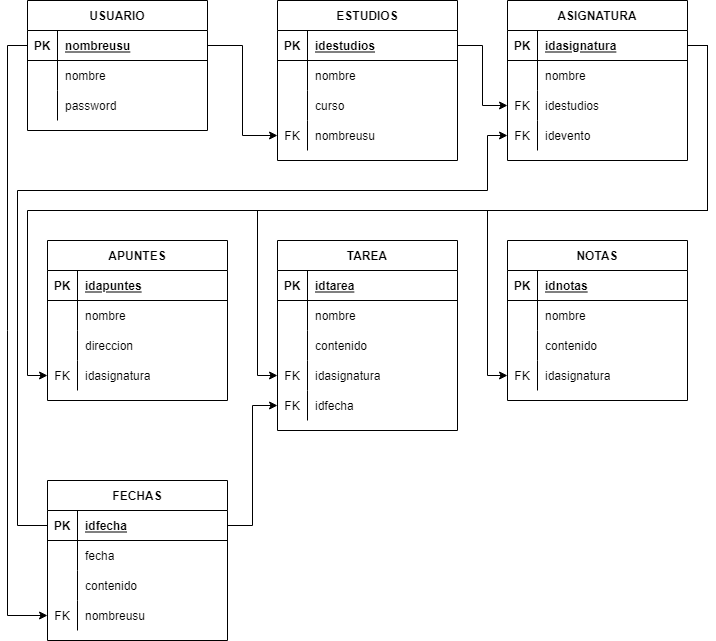
Above: modeloUnivdule/modeloUnivdule.png in Alex13070/univdule (draw.io), before the change. Source tidied: cells renumbered, new cells last; positions are measured from the earlier drawing's top-left corner, leaving out a move shared by most shapes.
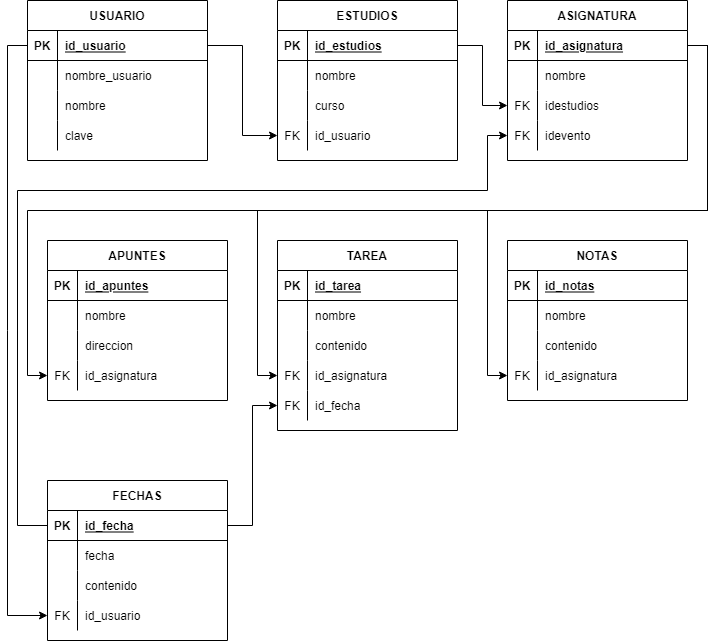
Above is the later version.

Commit message:
creacion de las Data Class Apuntes.kt, Asignatura.kt, Estudios.kt y actualizacion del modelo relacional.

What changed in the source:
```diff
@@ -3,7 +3,7 @@
     <mxCell id="0" />
     <mxCell id="1" parent="0" />
     <mxCell id="2" value="USUARIO" style="shape=table;startSize=30;rowLines=0;fontStyle=1;align=center;" parent="1" vertex="1">
-      <mxGeometry x="20" width="180" height="130" as="geometry" />
+      <mxGeometry x="20" width="180" height="160" as="geometry" />
     </mxCell>
     <mxCell id="3" style="shape=tableRow;horizontal=0;startSize=0;swimlaneHead=0;swimlaneBody=0;fillColor=none;points=[[0,0.5],[1,0.5]];portConstraint=eastwest;top=0;left=0;right=0;bottom=1;" parent="2" vertex="1">
       <mxGeometry y="30" width="180" height="30" as="geometry" />
@@ -11,11 +11,20 @@
     <mxCell id="4" value="PK" style="shape=partialRectangle;fillColor=none;top=0;left=0;bottom=0;right=0;fontStyle=1;overflow=hidden;" parent="3" vertex="1">
       <mxGeometry width="30" height="30" as="geometry" />
     </mxCell>
-    <mxCell id="5" value="nombreusu" style="shape=partialRectangle;fillColor=none;top=0;left=0;bottom=0;right=0;align=left;spacingLeft=6;fontStyle=5;overflow=hidden;" parent="3" vertex="1">
+    <mxCell id="5" value="id_usuario" style="shape=partialRectangle;fillColor=none;top=0;left=0;bottom=0;right=0;align=left;spacingLeft=6;fontStyle=5;overflow=hidden;" parent="3" vertex="1">
       <mxGeometry x="30" width="150" height="30" as="geometry" />
     </mxCell>
+    <mxCell id="101" style="shape=tableRow;horizontal=0;startSize=0;swimlaneHead=0;swimlaneBody=0;fillColor=none;top=0;left=0;right=0;bottom=0;" parent="2" vertex="1">
+      <mxGeometry y="60" width="180" height="30" as="geometry" />
+    </mxCell>
+    <mxCell id="102" style="shape=partialRectangle;fillColor=none;top=0;left=0;bottom=0;right=0;overflow=hidden;" parent="101" vertex="1">
+      <mxGeometry width="30" height="30" as="geometry" />
+    </mxCell>
+    <mxCell id="103" value="nombre_usuario" style="shape=partialRectangle;fillColor=none;top=0;left=0;bottom=0;right=0;align=left;spacingLeft=6;overflow=hidden;" parent="101" vertex="1">
+      <mxGeometry x="30" width="150" height="30" as="geometry" />
+    </mxCell>
     <mxCell id="6" style="shape=tableRow;horizontal=0;startSize=0;swimlaneHead=0;swimlaneBody=0;fillColor=none;top=0;left=0;right=0;bottom=0;" parent="2" vertex="1">
-      <mxGeometry y="60" width="180" height="30" as="geometry" />
+      <mxGeometry y="90" width="180" height="30" as="geometry" />
     </mxCell>
     <mxCell id="7" style="shape=partialRectangle;fillColor=none;top=0;left=0;bottom=0;right=0;overflow=hidden;" parent="6" vertex="1">
       <mxGeometry width="30" height="30" as="geometry" />
@@ -24,12 +33,12 @@
       <mxGeometry x="30" width="150" height="30" as="geometry" />
     </mxCell>
     <mxCell id="9" style="shape=tableRow;horizontal=0;startSize=0;swimlaneHead=0;swimlaneBody=0;fillColor=none;top=0;left=0;right=0;bottom=0;" parent="2" vertex="1">
-      <mxGeometry y="90" width="180" height="30" as="geometry" />
+      <mxGeometry y="120" width="180" height="30" as="geometry" />
     </mxCell>
     <mxCell id="10" style="shape=partialRectangle;fillColor=none;top=0;left=0;bottom=0;right=0;overflow=hidden;" parent="9" vertex="1">
       <mxGeometry width="30" height="30" as="geometry" />
     </mxCell>
-    <mxCell id="11" value="password" style="shape=partialRectangle;fillColor=none;top=0;left=0;bottom=0;right=0;align=left;spacingLeft=6;overflow=hidden;" parent="9" vertex="1">
+    <mxCell id="11" value="clave" style="shape=partialRectangle;fillColor=none;top=0;left=0;bottom=0;right=0;align=left;spacingLeft=6;overflow=hidden;" parent="9" vertex="1">
       <mxGeometry x="30" width="150" height="30" as="geometry" />
     </mxCell>
     <mxCell id="12" value="ESTUDIOS" style="shape=table;startSize=30;rowLines=0;fontStyle=1;align=center;" parent="1" vertex="1">
@@ -41,7 +50,7 @@
     <mxCell id="14" value="PK" style="shape=partialRectangle;fillColor=none;top=0;left=0;bottom=0;right=0;fontStyle=1;overflow=hidden;" parent="13" vertex="1">
       <mxGeometry width="30" height="30" as="geometry" />
     </mxCell>
-    <mxCell id="15" value="idestudios" style="shape=partialRectangle;fillColor=none;top=0;left=0;bottom=0;right=0;align=left;spacingLeft=6;fontStyle=5;overflow=hidden;" parent="13" vertex="1">
+    <mxCell id="15" value="id_estudios" style="shape=partialRectangle;fillColor=none;top=0;left=0;bottom=0;right=0;align=left;spacingLeft=6;fontStyle=5;overflow=hidden;" parent="13" vertex="1">
       <mxGeometry x="30" width="150" height="30" as="geometry" />
     </mxCell>
     <mxCell id="16" style="shape=tableRow;horizontal=0;startSize=0;swimlaneHead=0;swimlaneBody=0;fillColor=none;top=0;left=0;right=0;bottom=0;" parent="12" vertex="1">
@@ -68,7 +77,7 @@
     <mxCell id="23" value="FK" style="shape=partialRectangle;fillColor=none;top=0;left=0;bottom=0;right=0;fontStyle=0;overflow=hidden;" parent="22" vertex="1">
       <mxGeometry width="30" height="30" as="geometry" />
     </mxCell>
-    <mxCell id="24" value="nombreusu" style="shape=partialRectangle;fillColor=none;top=0;left=0;bottom=0;right=0;align=left;spacingLeft=6;fontStyle=0;overflow=hidden;" parent="22" vertex="1">
+    <mxCell id="24" value="id_usuario" style="shape=partialRectangle;fillColor=none;top=0;left=0;bottom=0;right=0;align=left;spacingLeft=6;fontStyle=0;overflow=hidden;" parent="22" vertex="1">
       <mxGeometry x="30" width="150" height="30" as="geometry" />
     </mxCell>
     <mxCell id="25" value="ASIGNATURA" style="shape=table;startSize=30;rowLines=0;fontStyle=1;align=center;" parent="1" vertex="1">
@@ -80,7 +89,7 @@
     <mxCell id="27" value="PK" style="shape=partialRectangle;fillColor=none;top=0;left=0;bottom=0;right=0;fontStyle=1;overflow=hidden;" parent="26" vertex="1">
       <mxGeometry width="30" height="30" as="geometry" />
     </mxCell>
-    <mxCell id="28" value="idasignatura" style="shape=partialRectangle;fillColor=none;top=0;left=0;bottom=0;right=0;align=left;spacingLeft=6;fontStyle=5;overflow=hidden;" parent="26" vertex="1">
+    <mxCell id="28" value="id_asignatura" style="shape=partialRectangle;fillColor=none;top=0;left=0;bottom=0;right=0;align=left;spacingLeft=6;fontStyle=5;overflow=hidden;" parent="26" vertex="1">
       <mxGeometry x="30" width="150" height="30" as="geometry" />
     </mxCell>
     <mxCell id="29" style="shape=tableRow;horizontal=0;startSize=0;swimlaneHead=0;swimlaneBody=0;fillColor=none;top=0;left=0;right=0;bottom=0;" parent="25" vertex="1">
@@ -119,7 +128,7 @@
     <mxCell id="40" value="PK" style="shape=partialRectangle;fillColor=none;top=0;left=0;bottom=0;right=0;fontStyle=1;overflow=hidden;" parent="39" vertex="1">
       <mxGeometry width="30" height="30" as="geometry" />
     </mxCell>
-    <mxCell id="41" value="idapuntes" style="shape=partialRectangle;fillColor=none;top=0;left=0;bottom=0;right=0;align=left;spacingLeft=6;fontStyle=5;overflow=hidden;" parent="39" vertex="1">
+    <mxCell id="41" value="id_apuntes" style="shape=partialRectangle;fillColor=none;top=0;left=0;bottom=0;right=0;align=left;spacingLeft=6;fontStyle=5;overflow=hidden;" parent="39" vertex="1">
       <mxGeometry x="30" width="150" height="30" as="geometry" />
     </mxCell>
     <mxCell id="42" style="shape=tableRow;horizontal=0;startSize=0;swimlaneHead=0;swimlaneBody=0;fillColor=none;top=0;left=0;right=0;bottom=0;" parent="38" vertex="1">
@@ -146,7 +155,7 @@
     <mxCell id="49" value="FK" style="shape=partialRectangle;fillColor=none;top=0;left=0;bottom=0;right=0;fontStyle=0;overflow=hidden;" parent="48" vertex="1">
       <mxGeometry width="30" height="30" as="geometry" />
     </mxCell>
-    <mxCell id="50" value="idasignatura" style="shape=partialRectangle;fillColor=none;top=0;left=0;bottom=0;right=0;align=left;spacingLeft=6;fontStyle=0;overflow=hidden;" parent="48" vertex="1">
+    <mxCell id="50" value="id_asignatura" style="shape=partialRectangle;fillColor=none;top=0;left=0;bottom=0;right=0;align=left;spacingLeft=6;fontStyle=0;overflow=hidden;" parent="48" vertex="1">
       <mxGeometry x="30" width="150" height="30" as="geometry" />
     </mxCell>
     <mxCell id="51" style="edgeStyle=orthogonalEdgeStyle;rounded=0;jettySize=auto;html=1;entryX=0;entryY=0.5;entryDx=0;entryDy=0;" parent="1" edge="1" source="3" target="22">
@@ -161,7 +170,7 @@
     <mxCell id="54" value="PK" style="shape=partialRectangle;fillColor=none;top=0;left=0;bottom=0;right=0;fontStyle=1;overflow=hidden;" parent="53" vertex="1">
       <mxGeometry width="30" height="30" as="geometry" />
     </mxCell>
-    <mxCell id="55" value="idtarea" style="shape=partialRectangle;fillColor=none;top=0;left=0;bottom=0;right=0;align=left;spacingLeft=6;fontStyle=5;overflow=hidden;" parent="53" vertex="1">
+    <mxCell id="55" value="id_tarea" style="shape=partialRectangle;fillColor=none;top=0;left=0;bottom=0;right=0;align=left;spacingLeft=6;fontStyle=5;overflow=hidden;" parent="53" vertex="1">
       <mxGeometry x="30" width="150" height="30" as="geometry" />
     </mxCell>
     <mxCell id="56" style="shape=tableRow;horizontal=0;startSize=0;swimlaneHead=0;swimlaneBody=0;fillColor=none;top=0;left=0;right=0;bottom=0;" parent="52" vertex="1">
@@ -188,7 +197,7 @@
     <mxCell id="63" value="FK" style="shape=partialRectangle;fillColor=none;top=0;left=0;bottom=0;right=0;fontStyle=0;overflow=hidden;" parent="62" vertex="1">
       <mxGeometry width="30" height="30" as="geometry" />
     </mxCell>
-    <mxCell id="64" value="idasignatura" style="shape=partialRectangle;fillColor=none;top=0;left=0;bottom=0;right=0;align=left;spacingLeft=6;fontStyle=0;overflow=hidden;" parent="62" vertex="1">
+    <mxCell id="64" value="id_asignatura" style="shape=partialRectangle;fillColor=none;top=0;left=0;bottom=0;right=0;align=left;spacingLeft=6;fontStyle=0;overflow=hidden;" parent="62" vertex="1">
       <mxGeometry x="30" width="150" height="30" as="geometry" />
     </mxCell>
     <mxCell id="65" style="shape=tableRow;horizontal=0;startSize=0;swimlaneHead=0;swimlaneBody=0;fillColor=none;points=[[0,0.5],[1,0.5]];portConstraint=eastwest;top=0;left=0;right=0;bottom=0;" parent="52" vertex="1">
@@ -197,7 +206,7 @@
     <mxCell id="66" value="FK" style="shape=partialRectangle;fillColor=none;top=0;left=0;bottom=0;right=0;fontStyle=0;overflow=hidden;" parent="65" vertex="1">
       <mxGeometry width="30" height="30" as="geometry" />
     </mxCell>
-    <mxCell id="67" value="idfecha" style="shape=partialRectangle;fillColor=none;top=0;left=0;bottom=0;right=0;align=left;spacingLeft=6;fontStyle=0;overflow=hidden;" parent="65" vertex="1">
+    <mxCell id="67" value="id_fecha" style="shape=partialRectangle;fillColor=none;top=0;left=0;bottom=0;right=0;align=left;spacingLeft=6;fontStyle=0;overflow=hidden;" parent="65" vertex="1">
       <mxGeometry x="30" width="150" height="30" as="geometry" />
     </mxCell>
     <mxCell id="68" style="edgeStyle=orthogonalEdgeStyle;rounded=0;jettySize=auto;html=1;entryX=0;entryY=0.5;entryDx=0;entryDy=0;" parent="1" edge="1" source="13" target="32">
@@ -212,7 +221,7 @@
     <mxCell id="71" value="PK" style="shape=partialRectangle;fillColor=none;top=0;left=0;bottom=0;right=0;fontStyle=1;overflow=hidden;" parent="70" vertex="1">
       <mxGeometry width="30" height="30" as="geometry" />
     </mxCell>
-    <mxCell id="72" value="idnotas" style="shape=partialRectangle;fillColor=none;top=0;left=0;bottom=0;right=0;align=left;spacingLeft=6;fontStyle=5;overflow=hidden;" parent="70" vertex="1">
+    <mxCell id="72" value="id_notas" style="shape=partialRectangle;fillColor=none;top=0;left=0;bottom=0;right=0;align=left;spacingLeft=6;fontStyle=5;overflow=hidden;" parent="70" vertex="1">
       <mxGeometry x="30" width="150" height="30" as="geometry" />
     </mxCell>
     <mxCell id="73" style="shape=tableRow;horizontal=0;startSize=0;swimlaneHead=0;swimlaneBody=0;fillColor=none;top=0;left=0;right=0;bottom=0;" parent="69" vertex="1">
@@ -239,7 +248,7 @@
     <mxCell id="80" value="FK" style="shape=partialRectangle;fillColor=none;top=0;left=0;bottom=0;right=0;fontStyle=0;overflow=hidden;" parent="79" vertex="1">
       <mxGeometry width="30" height="30" as="geometry" />
     </mxCell>
-    <mxCell id="81" value="idasignatura" style="shape=partialRectangle;fillColor=none;top=0;left=0;bottom=0;right=0;align=left;spacingLeft=6;fontStyle=0;overflow=hidden;" parent="79" vertex="1">
+    <mxCell id="81" value="id_asignatura" style="shape=partialRectangle;fillColor=none;top=0;left=0;bottom=0;right=0;align=left;spacingLeft=6;fontStyle=0;overflow=hidden;" parent="79" vertex="1">
       <mxGeometry x="30" width="150" height="30" as="geometry" />
     </mxCell>
     <mxCell id="82" style="edgeStyle=orthogonalEdgeStyle;rounded=0;jettySize=auto;html=1;" parent="1" edge="1" source="26">
@@ -283,7 +292,7 @@
     <mxCell id="87" value="PK" style="shape=partialRectangle;fillColor=none;top=0;left=0;bottom=0;right=0;fontStyle=1;overflow=hidden;" parent="86" vertex="1">
       <mxGeometry width="30" height="30" as="geometry" />
     </mxCell>
-    <mxCell id="88" value="idfecha" style="shape=partialRectangle;fillColor=none;top=0;left=0;bottom=0;right=0;align=left;spacingLeft=6;fontStyle=5;overflow=hidden;" parent="86" vertex="1">
+    <mxCell id="88" value="id_fecha" style="shape=partialRectangle;fillColor=none;top=0;left=0;bottom=0;right=0;align=left;spacingLeft=6;fontStyle=5;overflow=hidden;" parent="86" vertex="1">
       <mxGeometry x="30" width="150" height="30" as="geometry" />
     </mxCell>
     <mxCell id="89" style="shape=tableRow;horizontal=0;startSize=0;swimlaneHead=0;swimlaneBody=0;fillColor=none;top=0;left=0;right=0;bottom=0;" parent="85" vertex="1">
@@ -310,7 +319,7 @@
     <mxCell id="96" value="FK" style="shape=partialRectangle;fillColor=none;top=0;left=0;bottom=0;right=0;fontStyle=0;overflow=hidden;" parent="95" vertex="1">
       <mxGeometry width="30" height="30" as="geometry" />
     </mxCell>
-    <mxCell id="97" value="nombreusu" style="shape=partialRectangle;fillColor=none;top=0;left=0;bottom=0;right=0;align=left;spacingLeft=6;fontStyle=0;overflow=hidden;" parent="95" vertex="1">
+    <mxCell id="97" value="id_usuario" style="shape=partialRectangle;fillColor=none;top=0;left=0;bottom=0;right=0;align=left;spacingLeft=6;fontStyle=0;overflow=hidden;" parent="95" vertex="1">
       <mxGeometry x="30" width="150" height="30" as="geometry" />
     </mxCell>
     <mxCell id="98" style="edgeStyle=orthogonalEdgeStyle;rounded=0;jettySize=auto;html=1;entryX=0;entryY=0.5;entryDx=0;entryDy=0;" parent="1" edge="1" source="3" target="95">
```
